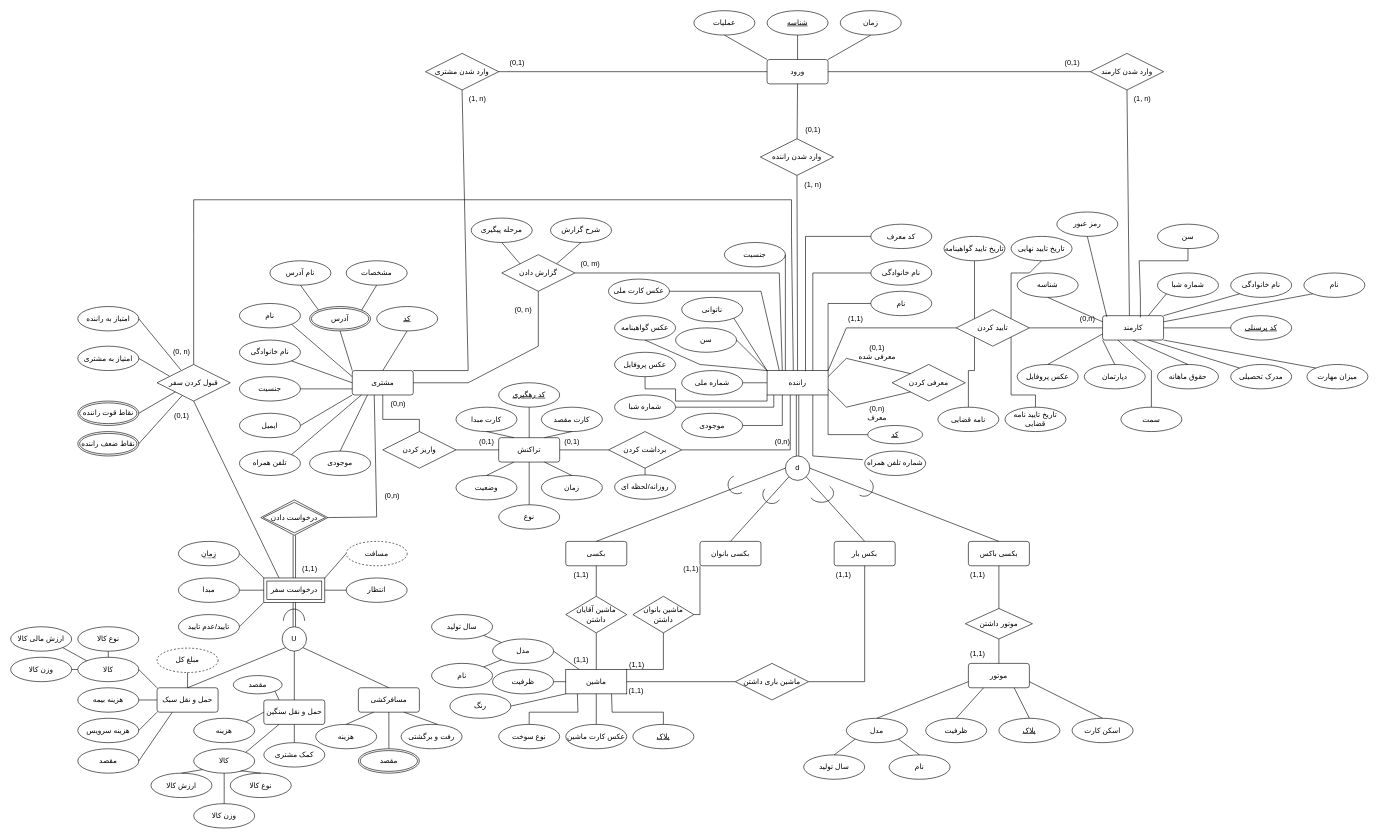
The draw.io diagram EER/Diagram.drawio in sedwna/BAXI, before the edit. Source tidied: cells renumbered, new cells numbered last; positions are measured from the earlier drawing's top-left corner, leaving out a move shared by most shapes. Both pictures are drawn from the tidied source at 61%, with x=0, y=0 at pixel (10, 10).
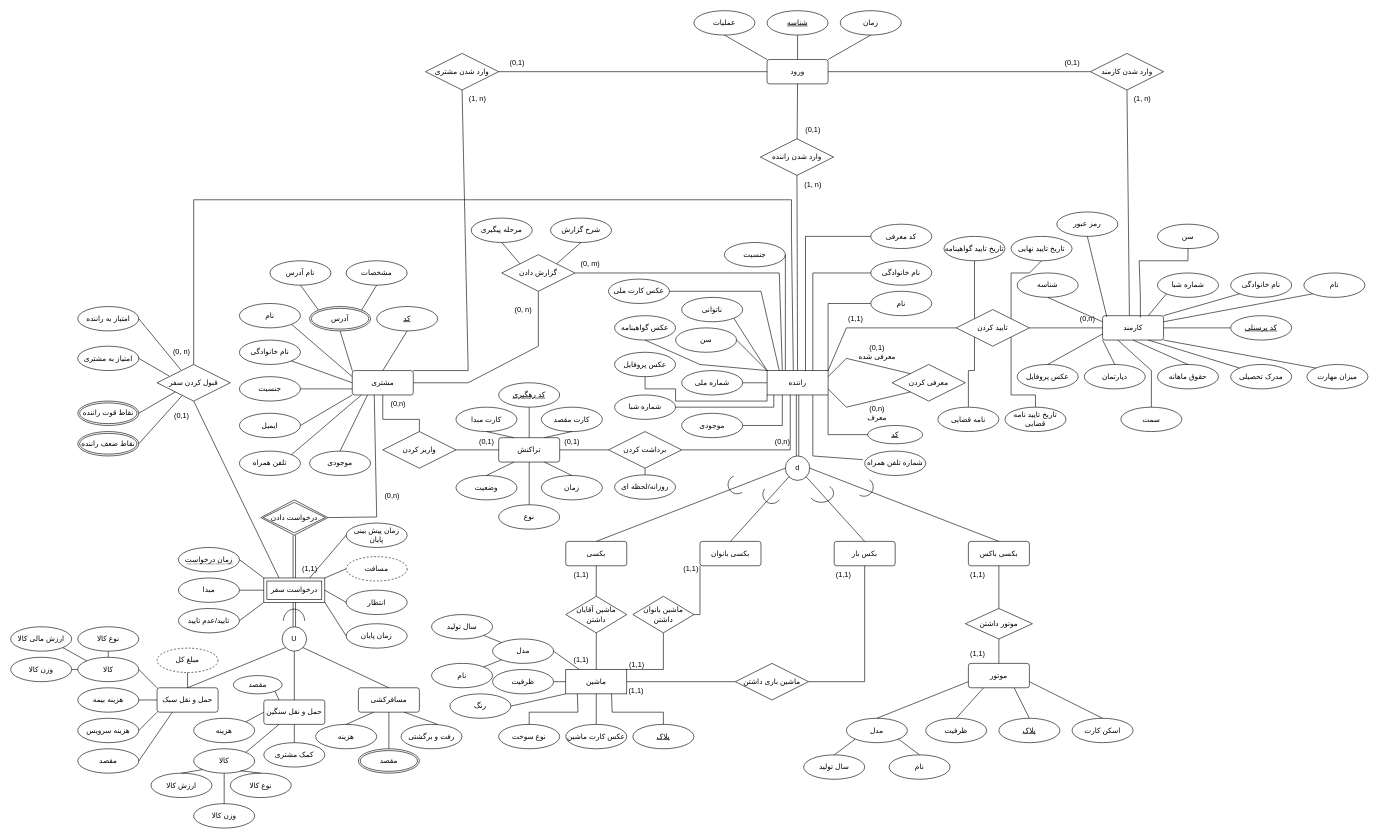
The same diagram, later.

Unchanged cells that the change refers to:
```xml
<mxCell id="202" value="درخواست سفر" style="shape=ext;margin=3;double=1;whiteSpace=wrap;html=1;align=center;" parent="1" vertex="1">
  <mxGeometry x="415" y="930" width="100" height="40" as="geometry" />
</mxCell>
<mxCell id="208" value="(1,1)" style="text;html=1;align=center;verticalAlign=middle;points=[];strokeColor=none;fillColor=none;" parent="1" vertex="1">
  <mxGeometry x="465" y="900" width="50" height="30" as="geometry" />
</mxCell>
```

What changed in the source:
```diff
@@
-    <mxCell id="4" value="&lt;div&gt;کد معرف&lt;/div&gt;" style="ellipse;whiteSpace=wrap;html=1;align=center;" parent="1" vertex="1">
+    <mxCell id="4" value="&lt;div&gt;کد معرفی&lt;/div&gt;" style="ellipse;whiteSpace=wrap;html=1;align=center;" parent="1" vertex="1">
       <mxGeometry x="1410" y="350" width="100" height="40" as="geometry" />
     </mxCell>
@@
-    <mxCell id="209" value="&lt;span style=&quot;border-bottom: 1px dotted&quot;&gt;زمان&lt;br&gt;&lt;/span&gt;" style="ellipse;whiteSpace=wrap;html=1;align=center;" parent="1" vertex="1">
-      <mxGeometry x="275" y="870" width="100" height="40" as="geometry" />
+    <mxCell id="209" value="&lt;span style=&quot;border-bottom: 1px dotted&quot;&gt;زمان درخواست&lt;br&gt;&lt;/span&gt;" style="ellipse;whiteSpace=wrap;html=1;align=center;" parent="1" vertex="1">
+      <mxGeometry x="275" y="880" width="100" height="40" as="geometry" />
     </mxCell>
@@
     <mxCell id="211" value="انتظار" style="ellipse;whiteSpace=wrap;html=1;align=center;" parent="1" vertex="1">
-      <mxGeometry x="550" y="930" width="100" height="40" as="geometry" />
+      <mxGeometry x="550" y="950" width="100" height="40" as="geometry" />
     </mxCell>
-    <mxCell id="212" style="endArrow=none;html=1;rounded=0;entryX=0;entryY=0.5;entryDx=0;entryDy=0;exitX=1;exitY=0;exitDx=0;exitDy=0;" parent="1" edge="1" source="202">
-      <mxGeometry relative="1" as="geometry">
-        <mxPoint x="550" y="890" as="targetPoint" />
-      </mxGeometry>
+    <mxCell id="212" style="endArrow=none;html=1;rounded=0;entryX=0;entryY=0.5;entryDx=0;entryDy=0;exitX=1;exitY=0;exitDx=0;exitDy=0;" parent="1" edge="1" source="202" target="288">
+      <mxGeometry relative="1" as="geometry" />
     </mxCell>
@@
     <mxCell id="227" value="تایید/عدم تایید" style="ellipse;whiteSpace=wrap;html=1;align=center;" parent="1" vertex="1">
-      <mxGeometry x="275" y="990" width="100" height="40" as="geometry" />
+      <mxGeometry x="275" y="980" width="100" height="40" as="geometry" />
     </mxCell>
@@
     <mxCell id="288" value="مسافت" style="ellipse;whiteSpace=wrap;html=1;align=center;dashed=1;" parent="1" vertex="1">
-      <mxGeometry x="550" y="870" width="100" height="40" as="geometry" />
+      <mxGeometry x="550" y="895" width="100" height="40" as="geometry" />
     </mxCell>
@@
+    <mxCell id="297" value="زمان پیش بینی پایان" style="ellipse;whiteSpace=wrap;html=1;align=center;" parent="1" vertex="1">
+      <mxGeometry x="550" y="840" width="100" height="40" as="geometry" />
+    </mxCell>
+    <mxCell id="298" value="زمان پایان" style="ellipse;whiteSpace=wrap;html=1;align=center;" parent="1" vertex="1">
+      <mxGeometry x="550" y="1005" width="100" height="40" as="geometry" />
+    </mxCell>
+    <mxCell id="299" style="endArrow=none;html=1;rounded=0;exitX=0.5;exitY=1;exitDx=0;exitDy=0;exitPerimeter=0;entryX=0;entryY=0.5;entryDx=0;entryDy=0;" parent="1" edge="1" source="208" target="297">
+      <mxGeometry relative="1" as="geometry" />
+    </mxCell>
+    <mxCell id="300" style="endArrow=none;html=1;rounded=0;entryX=0;entryY=0.5;entryDx=0;entryDy=0;exitX=1;exitY=1;exitDx=0;exitDy=0;" parent="1" edge="1" source="202" target="298">
+      <mxGeometry relative="1" as="geometry" />
+    </mxCell>
```
